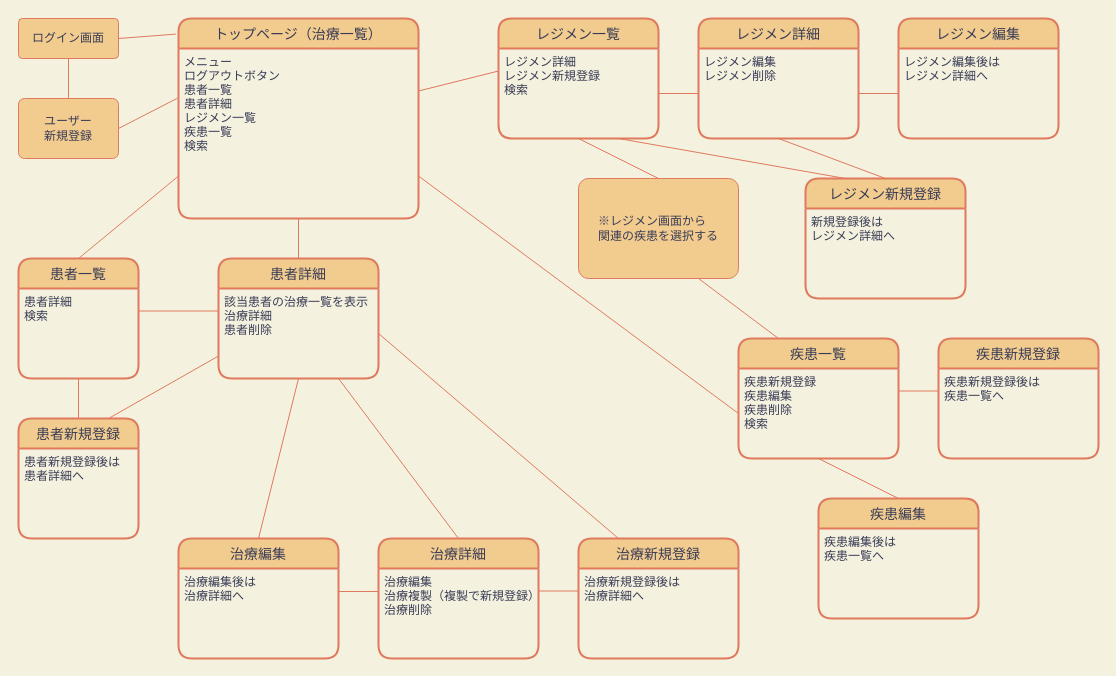
This is 画面遷移図.dio from shibayamasho/chemokan, a draw.io file, before an edit. Source tidied: cells renumbered, new cells numbered last; positions are measured from the earlier drawing's top-left corner, leaving out a move shared by most shapes. Both pictures are drawn from the tidied source at 100%, with x=0, y=0 at pixel (18, 18).
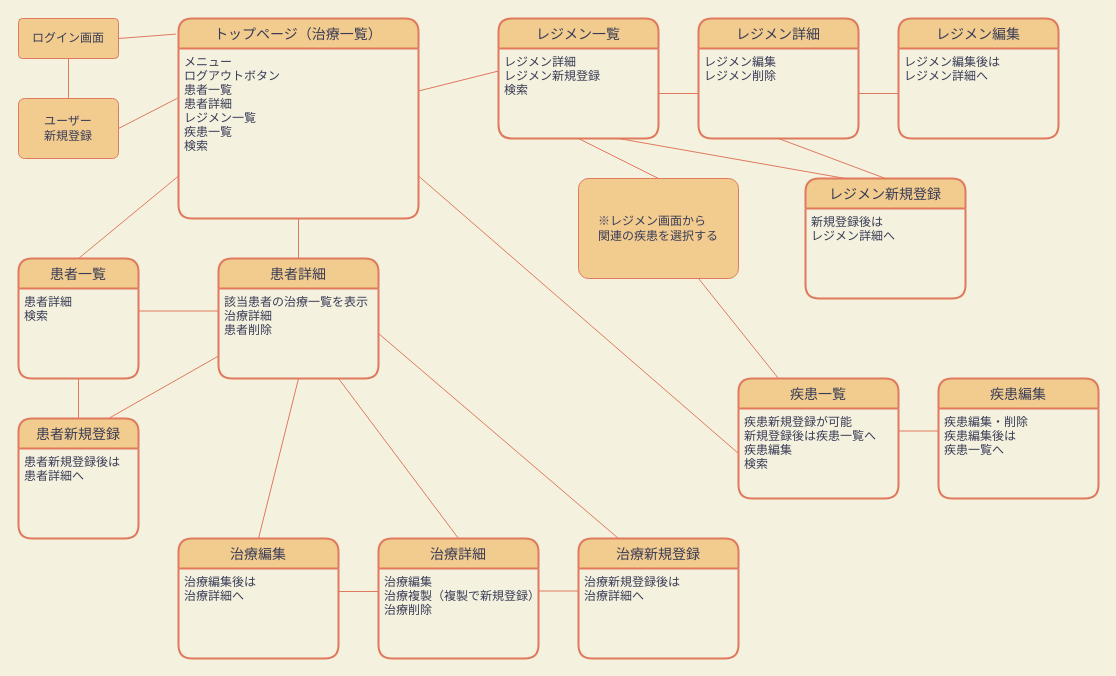
The same diagram, later.

Commit message:
Update 画面遷移図.dio

Diff of the diagram source:
```diff
@@
     <mxCell id="42" value="疾患一覧" style="swimlane;horizontal=1;startSize=30;rounded=1;fontSize=14;fontStyle=0;strokeWidth=2;shadow=0;dashed=0;align=center;fillColor=#F2CC8F;strokeColor=#E07A5F;fontColor=#393C56;" parent="1" vertex="1">
-      <mxGeometry x="720" y="320" width="160" height="120" as="geometry" />
+      <mxGeometry x="720" y="360" width="160" height="120" as="geometry" />
     </mxCell>
-    <mxCell id="43" value="疾患新規登録&#10;疾患編集&#10;疾患削除&#10;検索" style="align=left;strokeColor=none;fillColor=none;spacingLeft=4;fontSize=12;verticalAlign=top;fontColor=#393C56;" parent="42" vertex="1">
+    <mxCell id="43" value="疾患新規登録が可能&#10;新規登録後は疾患一覧へ&#10;疾患編集&#10;検索" style="align=left;strokeColor=none;fillColor=none;spacingLeft=4;fontSize=12;verticalAlign=top;fontColor=#393C56;" parent="42" vertex="1">
       <mxGeometry y="30" width="160" height="90" as="geometry" />
     </mxCell>
-    <mxCell id="44" value="疾患新規登録" style="swimlane;horizontal=1;startSize=30;rounded=1;fontSize=14;fontStyle=0;strokeWidth=2;shadow=0;dashed=0;align=center;fillColor=#F2CC8F;strokeColor=#E07A5F;fontColor=#393C56;" parent="1" vertex="1">
-      <mxGeometry x="920" y="320" width="160" height="120" as="geometry" />
-    </mxCell>
-    <mxCell id="45" value="疾患新規登録後は&#10;疾患一覧へ" style="align=left;strokeColor=none;fillColor=none;spacingLeft=4;fontSize=12;verticalAlign=top;fontColor=#393C56;" parent="44" vertex="1">
-      <mxGeometry y="30" width="160" height="90" as="geometry" />
-    </mxCell>
     <mxCell id="46" value="疾患編集" style="swimlane;horizontal=1;startSize=30;rounded=1;fontSize=14;fontStyle=0;strokeWidth=2;shadow=0;dashed=0;align=center;fillColor=#F2CC8F;strokeColor=#E07A5F;fontColor=#393C56;" parent="1" vertex="1">
-      <mxGeometry x="800" y="480" width="160" height="120" as="geometry" />
+      <mxGeometry x="920" y="360" width="160" height="120" as="geometry" />
     </mxCell>
-    <mxCell id="47" value="疾患編集後は&#10;疾患一覧へ" style="align=left;strokeColor=none;fillColor=none;spacingLeft=4;fontSize=12;verticalAlign=top;fontColor=#393C56;" parent="46" vertex="1">
+    <mxCell id="47" value="疾患編集・削除&#10;疾患編集後は&#10;疾患一覧へ" style="align=left;strokeColor=none;fillColor=none;spacingLeft=4;fontSize=12;verticalAlign=top;fontColor=#393C56;" parent="46" vertex="1">
       <mxGeometry y="30" width="160" height="90" as="geometry" />
     </mxCell>
-    <mxCell id="48" style="endArrow=none;html=1;rounded=0;strokeColor=#E07A5F;fillColor=#F2CC8F;fontColor=#393C56;exitX=1;exitY=0.25;exitDx=0;exitDy=0;entryX=0;entryY=0.25;entryDx=0;entryDy=0;" parent="1" edge="1" source="43" target="45">
-      <mxGeometry relative="1" as="geometry" />
-    </mxCell>
-    <mxCell id="49" style="endArrow=none;html=1;rounded=0;strokeColor=#E07A5F;fillColor=#F2CC8F;fontColor=#393C56;exitX=0.5;exitY=1;exitDx=0;exitDy=0;entryX=0.5;entryY=0;entryDx=0;entryDy=0;" parent="1" edge="1" source="43" target="46">
+    <mxCell id="49" style="endArrow=none;html=1;rounded=0;strokeColor=#E07A5F;fillColor=#F2CC8F;fontColor=#393C56;exitX=1;exitY=0.25;exitDx=0;exitDy=0;entryX=0;entryY=0.25;entryDx=0;entryDy=0;" parent="1" edge="1" source="43" target="47">
       <mxGeometry relative="1" as="geometry" />
     </mxCell>
```
